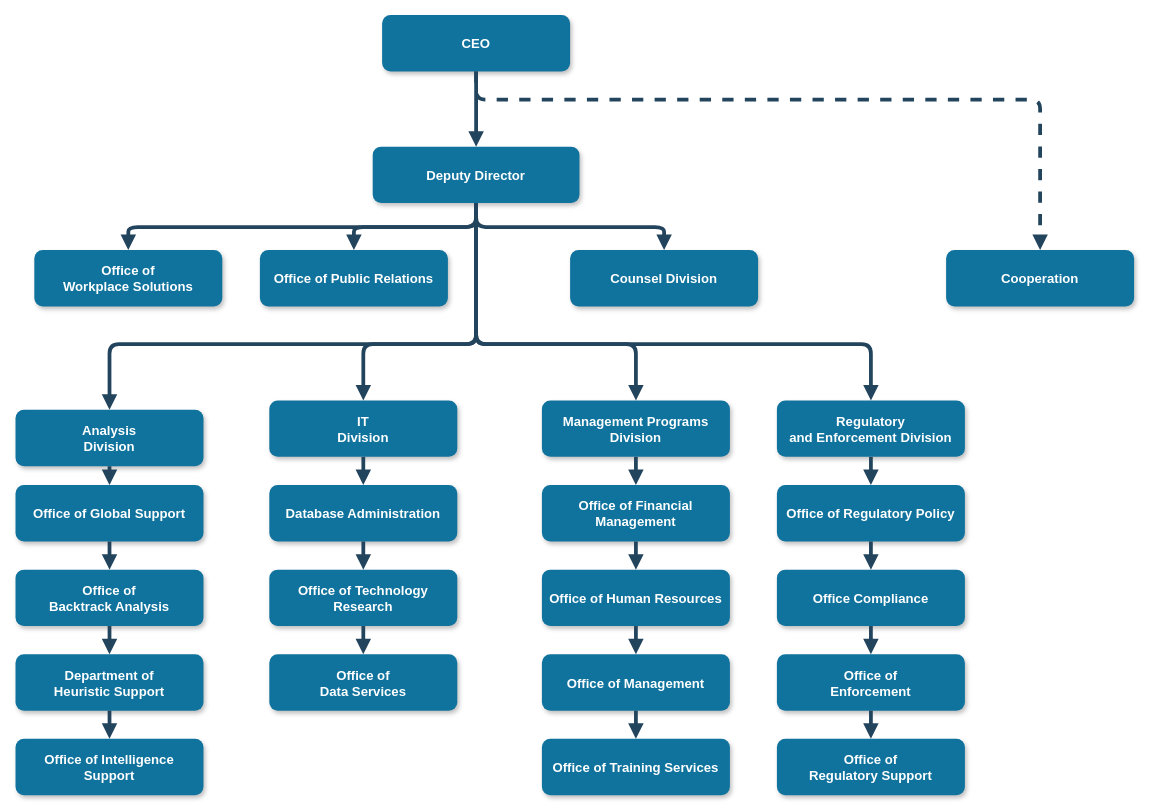
Mongo-air/book keeps this draw.io diagram as 百年孤独/百年孤独人物.drawio. Above is the earlier version. Source tidied: cells renumbered, new cells numbered last; positions are measured from the earlier drawing's top-left corner, leaving out a move shared by most shapes. Both pictures are drawn from the tidied source at 94%, with x=0, y=0 at pixel (15, 15).
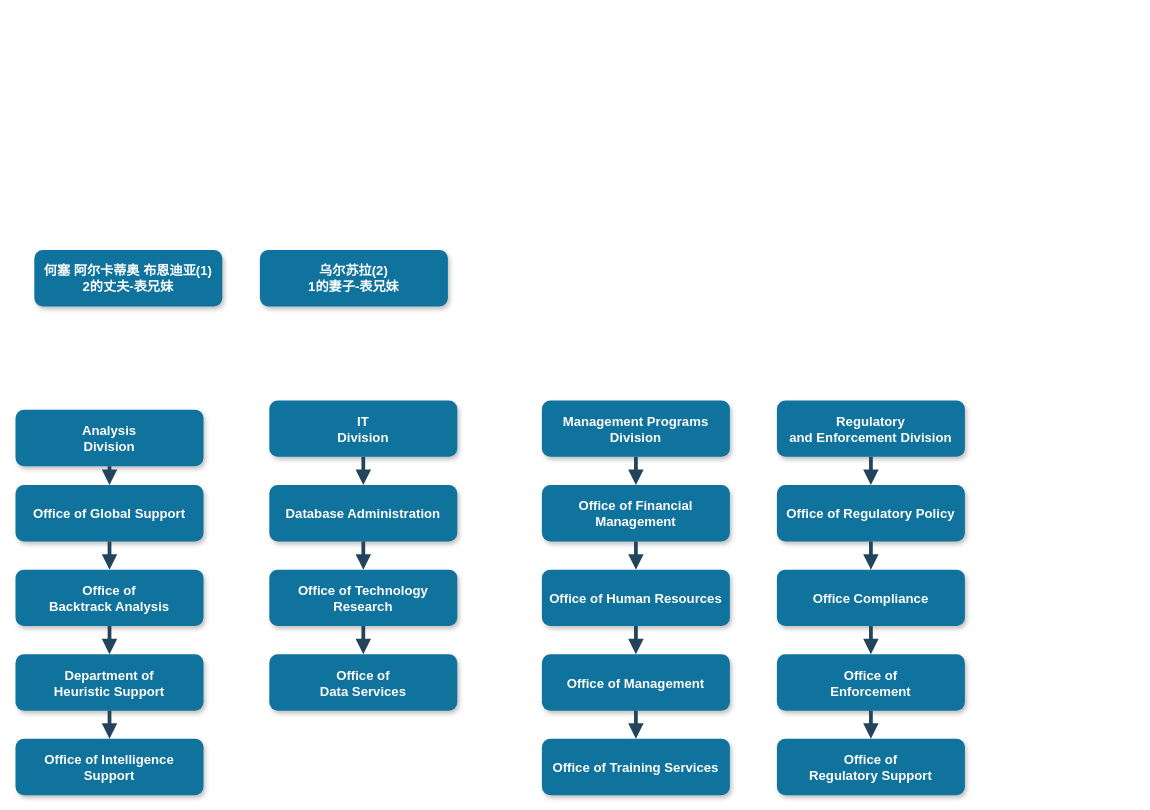
Above is the later version.

Commit message:
更新百年孤独人物.drawio

The change refers to these unchanged cells:
```xml
<mxCell id="8" value="Analysis &#10;Division" style="rounded=1;fillColor=#10739E;strokeColor=none;shadow=1;gradientColor=none;fontStyle=1;fontColor=#FFFFFF;fontSize=14;" parent="1" vertex="1">
  <mxGeometry y="419.5" width="200" height="60" as="geometry" />
</mxCell>
<mxCell id="13" value="IT&#10;Division" style="rounded=1;fillColor=#10739E;strokeColor=none;shadow=1;gradientColor=none;fontStyle=1;fontColor=#FFFFFF;fontSize=14;" parent="1" vertex="1">
  <mxGeometry x="270" y="409.5" width="200" height="60" as="geometry" />
</mxCell>
<mxCell id="17" value="Management Programs &#10;Division" style="rounded=1;fillColor=#10739E;strokeColor=none;shadow=1;gradientColor=none;fontStyle=1;fontColor=#FFFFFF;fontSize=14;" parent="1" vertex="1">
  <mxGeometry x="560" y="409.5" width="200" height="60" as="geometry" />
</mxCell>
<mxCell id="22" value="Regulatory &#10;and Enforcement Division" style="rounded=1;fillColor=#10739E;strokeColor=none;shadow=1;gradientColor=none;fontStyle=1;fontColor=#FFFFFF;fontSize=14;" parent="1" vertex="1">
  <mxGeometry x="810" y="409.5" width="200" height="60" as="geometry" />
</mxCell>
```

Change to the diagram source:
```diff
@@
-    <mxCell id="2" value="CEO" style="rounded=1;fillColor=#10739E;strokeColor=none;shadow=1;gradientColor=none;fontStyle=1;fontColor=#FFFFFF;fontSize=14;" parent="1" vertex="1">
-      <mxGeometry x="390" y="-0.5" width="200" height="60" as="geometry" />
-    </mxCell>
-    <mxCell id="3" value="Deputy Director" style="rounded=1;fillColor=#10739E;strokeColor=none;shadow=1;gradientColor=none;fontStyle=1;fontColor=#FFFFFF;fontSize=14;" parent="1" vertex="1">
-      <mxGeometry x="380" y="139.5" width="220" height="60" as="geometry" />
-    </mxCell>
-    <mxCell id="4" value="Office of &#10;Workplace Solutions" style="rounded=1;fillColor=#10739E;strokeColor=none;shadow=1;gradientColor=none;fontStyle=1;fontColor=#FFFFFF;fontSize=14;" parent="1" vertex="1">
+    <mxCell id="4" value="何塞 阿尔卡蒂奥 布恩迪亚(1)&#10;2的丈夫-表兄妹" style="rounded=1;fillColor=#10739E;strokeColor=none;shadow=1;gradientColor=none;fontStyle=1;fontColor=#FFFFFF;fontSize=14;" parent="1" vertex="1">
       <mxGeometry x="20" y="249.5" width="200" height="60" as="geometry" />
     </mxCell>
-    <mxCell id="5" value="Office of Public Relations" style="rounded=1;fillColor=#10739E;strokeColor=none;shadow=1;gradientColor=none;fontStyle=1;fontColor=#FFFFFF;fontSize=14;" parent="1" vertex="1">
+    <mxCell id="5" value="乌尔苏拉(2)&#10;1的妻子-表兄妹" style="rounded=1;fillColor=#10739E;strokeColor=none;shadow=1;gradientColor=none;fontStyle=1;fontColor=#FFFFFF;fontSize=14;" parent="1" vertex="1">
       <mxGeometry x="260" y="249.5" width="200" height="60" as="geometry" />
     </mxCell>
-    <mxCell id="6" value="Counsel Division" style="rounded=1;fillColor=#10739E;strokeColor=none;shadow=1;gradientColor=none;fontStyle=1;fontColor=#FFFFFF;fontSize=14;" parent="1" vertex="1">
-      <mxGeometry x="590" y="249.5" width="200" height="60" as="geometry" />
-    </mxCell>
-    <mxCell id="7" value="Cooperation" style="rounded=1;fillColor=#10739E;strokeColor=none;shadow=1;gradientColor=none;fontStyle=1;fontColor=#FFFFFF;fontSize=14;" parent="1" vertex="1">
-      <mxGeometry x="990" y="249.5" width="200" height="60" as="geometry" />
-    </mxCell>
@@
-    <mxCell id="27" style="edgeStyle=elbowEdgeStyle;elbow=vertical;strokeWidth=4;endArrow=block;endFill=1;fontStyle=1;strokeColor=#23445D;" parent="1" edge="1" source="2" target="3">
-      <mxGeometry x="22" y="165.5" as="geometry" />
-    </mxCell>
-    <mxCell id="28" style="edgeStyle=elbowEdgeStyle;elbow=vertical;strokeWidth=4;endArrow=block;endFill=1;fontStyle=1;strokeColor=#23445D;" parent="1" edge="1" source="3" target="5">
-      <mxGeometry x="22" y="165.5" as="geometry" />
-    </mxCell>
-    <mxCell id="29" style="edgeStyle=elbowEdgeStyle;elbow=vertical;strokeWidth=4;endArrow=block;endFill=1;fontStyle=1;strokeColor=#23445D;" parent="1" edge="1" source="3" target="4">
-      <mxGeometry x="22" y="165.5" as="geometry" />
-    </mxCell>
-    <mxCell id="30" style="edgeStyle=elbowEdgeStyle;elbow=vertical;strokeWidth=4;endArrow=block;endFill=1;fontStyle=1;strokeColor=#23445D;" parent="1" edge="1" source="3" target="6">
-      <mxGeometry x="22" y="165.5" as="geometry" />
-    </mxCell>
-    <mxCell id="31" style="edgeStyle=elbowEdgeStyle;elbow=vertical;strokeWidth=4;endArrow=block;endFill=1;fontStyle=1;dashed=1;strokeColor=#23445D;" parent="1" edge="1" source="2" target="7">
-      <mxGeometry x="22" y="165.5" as="geometry">
-        <Array as="points">
-          <mxPoint x="780" y="89.5" />
-        </Array>
-      </mxGeometry>
-    </mxCell>
-    <mxCell id="32" style="edgeStyle=elbowEdgeStyle;elbow=vertical;strokeWidth=4;endArrow=block;endFill=1;fontStyle=1;strokeColor=#23445D;" parent="1" edge="1" source="3" target="8">
-      <mxGeometry x="22" y="165.5" as="geometry">
-        <Array as="points">
-          <mxPoint x="270" y="349.5" />
-        </Array>
-      </mxGeometry>
-    </mxCell>
-    <mxCell id="33" style="edgeStyle=elbowEdgeStyle;elbow=vertical;strokeWidth=4;endArrow=block;endFill=1;fontStyle=1;strokeColor=#23445D;" parent="1" edge="1" source="3" target="22">
-      <mxGeometry x="22" y="165.5" as="geometry">
-        <Array as="points">
-          <mxPoint x="690" y="349.5" />
-        </Array>
-      </mxGeometry>
-    </mxCell>
@@
-    <mxCell id="49" style="edgeStyle=elbowEdgeStyle;elbow=vertical;strokeWidth=4;endArrow=block;endFill=1;fontStyle=1;strokeColor=#23445D;" parent="1" edge="1" source="3" target="13">
-      <mxGeometry x="22" y="165.5" as="geometry">
-        <Array as="points">
-          <mxPoint x="370" y="349.5" />
-        </Array>
-      </mxGeometry>
-    </mxCell>
-    <mxCell id="50" style="edgeStyle=elbowEdgeStyle;elbow=vertical;strokeWidth=4;endArrow=block;endFill=1;fontStyle=1;strokeColor=#23445D;" parent="1" edge="1" source="3" target="17">
-      <mxGeometry x="22" y="165.5" as="geometry">
-        <Array as="points">
-          <mxPoint x="660" y="349.5" />
-        </Array>
-      </mxGeometry>
-    </mxCell>
```
